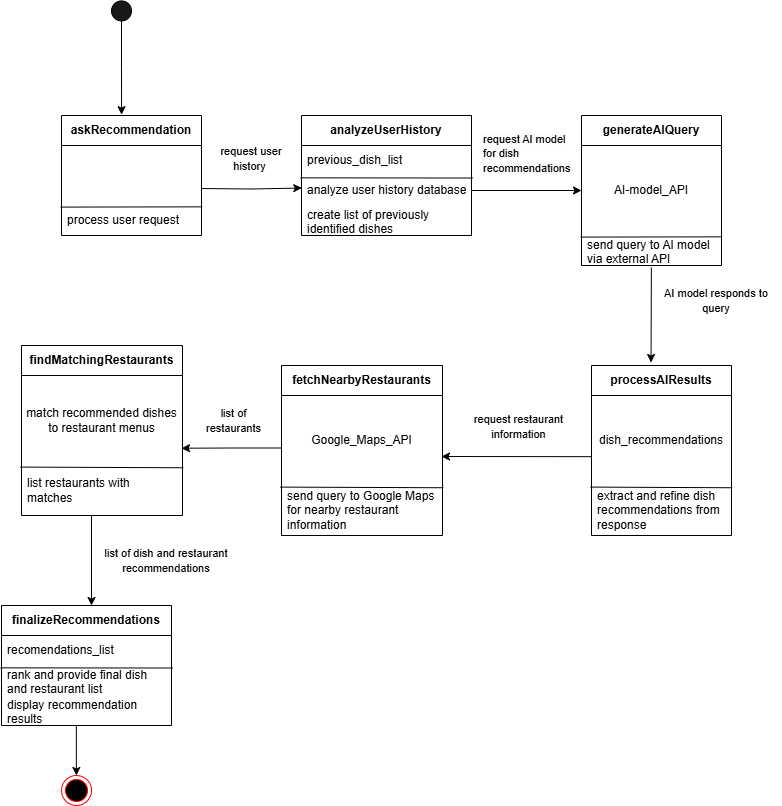
Earlier version of the draw.io export image/D3_state_diagrams/recommendation_system.png (tasnint/3A04-Project). Source tidied: cells renumbered, new cells last; positions are measured from the earlier drawing's top-left corner, leaving out a move shared by most shapes.
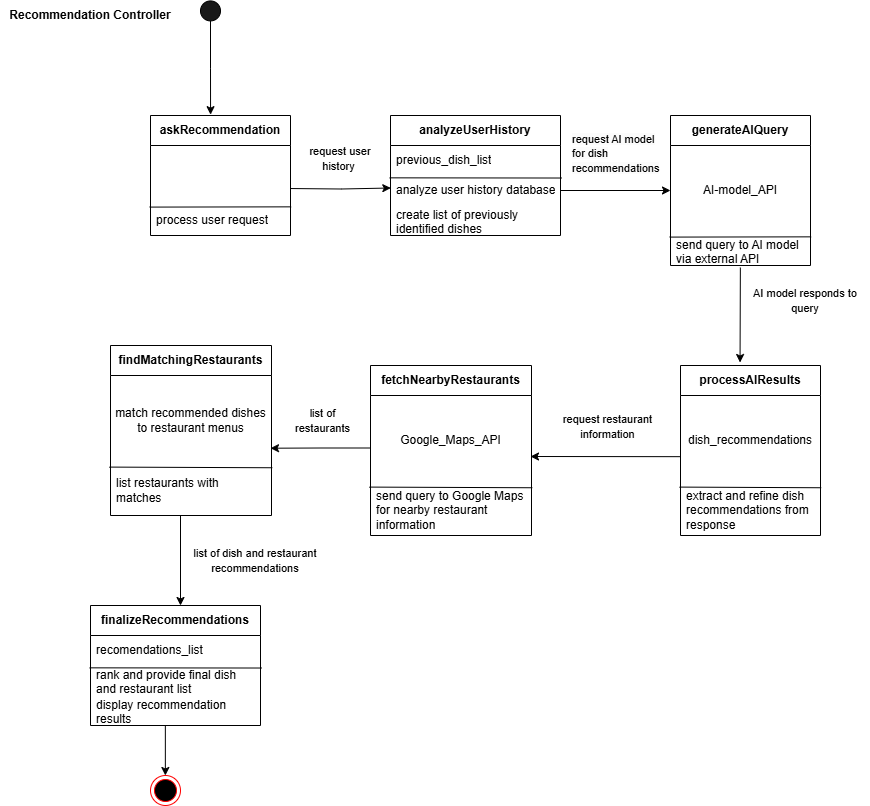
After the change.

Commit message:
Updated state diagram to include title

Diff of the diagram source:
```diff
@@ -183,5 +183,8 @@
     <mxCell id="56" style="endArrow=none;html=1;rounded=0;entryX=1.008;entryY=1.084;entryDx=0;entryDy=0;entryPerimeter=0;exitX=-0.006;exitY=0.078;exitDx=0;exitDy=0;exitPerimeter=0;" parent="52" edge="1" source="54" target="53">
       <mxGeometry relative="1" as="geometry" />
     </mxCell>
+    <mxCell id="57" value="&lt;b&gt;Recommendation&lt;/b&gt;&lt;b style=&quot;background-color: transparent; color: light-dark(rgb(0, 0, 0), rgb(255, 255, 255));&quot;&gt;&amp;nbsp;Controller&lt;/b&gt;" style="text;html=1;align=center;verticalAlign=middle;whiteSpace=wrap;rounded=0;" parent="1" vertex="1">
+      <mxGeometry x="-90" y="0.4" width="180" height="30" as="geometry" />
+    </mxCell>
   </root>
 </mxGraphModel>
```
